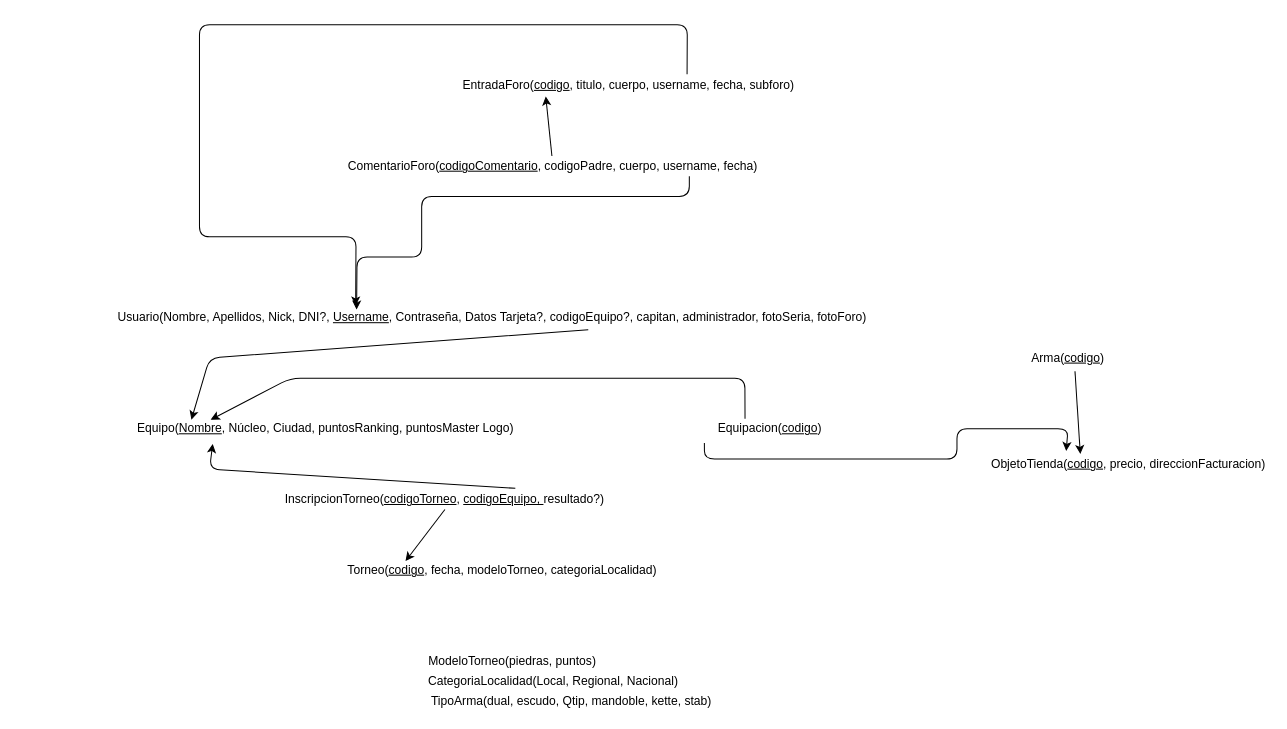
Before: IngenieriaSoftware/jugger.drawio in HylianPablo/JuggerWebsite, a draw.io diagram. Source tidied: cells renumbered, new cells numbered last; positions are measured from the earlier drawing's top-left corner, leaving out a move shared by most shapes. Both pictures are drawn from the tidied source at 101%, with x=0, y=0 at pixel (17, 24).
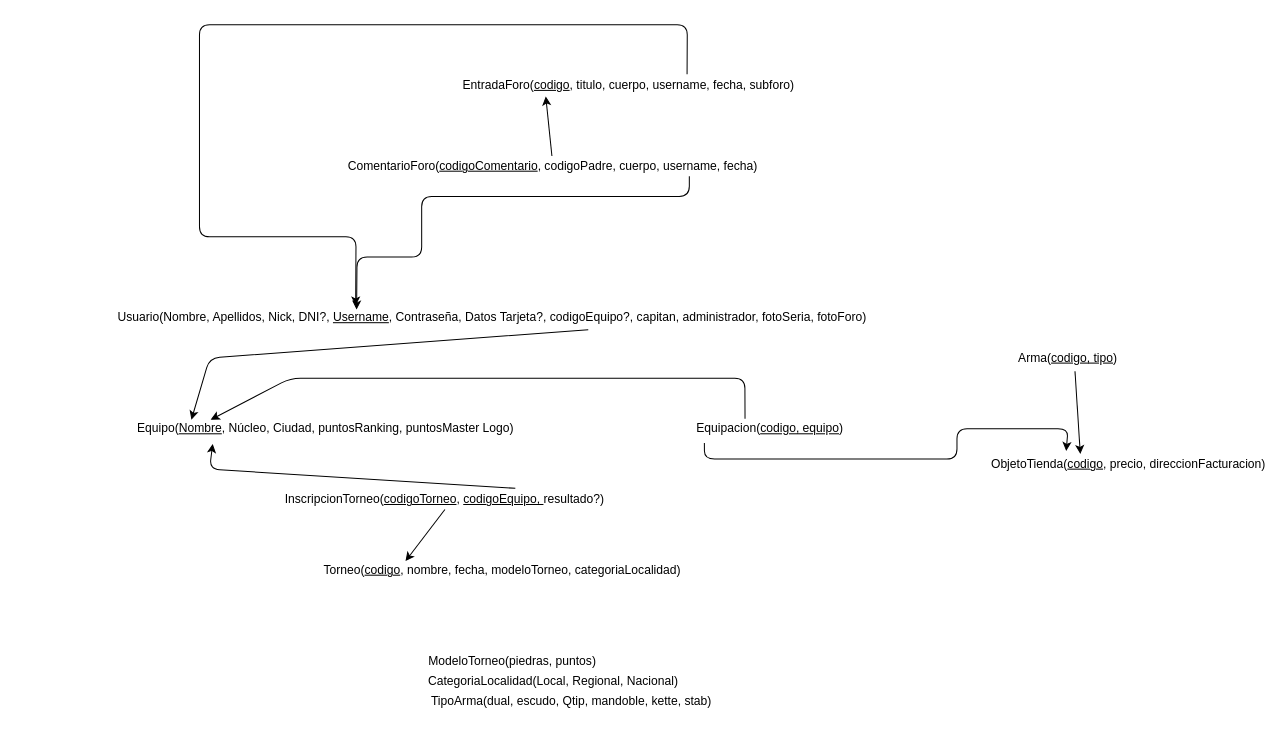
Above is the later version.

Commit message (it also covers changes not shown here):
Primer script SQL

What changed in the source:
```diff
@@
-    <mxCell id="9" value="Torneo(&lt;u&gt;codigo&lt;/u&gt;, fecha, modeloTorneo, categoriaLocalidad)" style="text;html=1;strokeColor=none;fillColor=none;align=center;verticalAlign=middle;whiteSpace=wrap;rounded=0;" parent="1" vertex="1">
+    <mxCell id="9" value="Torneo(&lt;u&gt;codigo&lt;/u&gt;, nombre, fecha, modeloTorneo, categoriaLocalidad)" style="text;html=1;strokeColor=none;fillColor=none;align=center;verticalAlign=middle;whiteSpace=wrap;rounded=0;" parent="1" vertex="1">
       <mxGeometry x="180" y="530" width="600" height="20" as="geometry" />
     </mxCell>
@@
-    <mxCell id="16" value="Arma(&lt;u&gt;codigo&lt;/u&gt;)" style="text;html=1;strokeColor=none;fillColor=none;align=center;verticalAlign=middle;whiteSpace=wrap;rounded=0;" parent="1" vertex="1">
+    <mxCell id="16" value="Arma(&lt;u&gt;codigo, tipo&lt;/u&gt;)" style="text;html=1;strokeColor=none;fillColor=none;align=center;verticalAlign=middle;whiteSpace=wrap;rounded=0;" parent="1" vertex="1">
       <mxGeometry x="860" y="320" width="360" height="20" as="geometry" />
     </mxCell>
-    <mxCell id="17" value="Equipacion(&lt;u&gt;codigo&lt;/u&gt;)" style="text;html=1;strokeColor=none;fillColor=none;align=center;verticalAlign=middle;whiteSpace=wrap;rounded=0;" parent="1" vertex="1">
+    <mxCell id="17" value="Equipacion(&lt;u&gt;codigo, equipo&lt;/u&gt;)" style="text;html=1;strokeColor=none;fillColor=none;align=center;verticalAlign=middle;whiteSpace=wrap;rounded=0;" parent="1" vertex="1">
       <mxGeometry x="570" y="390" width="350" height="20" as="geometry" />
     </mxCell>
```
